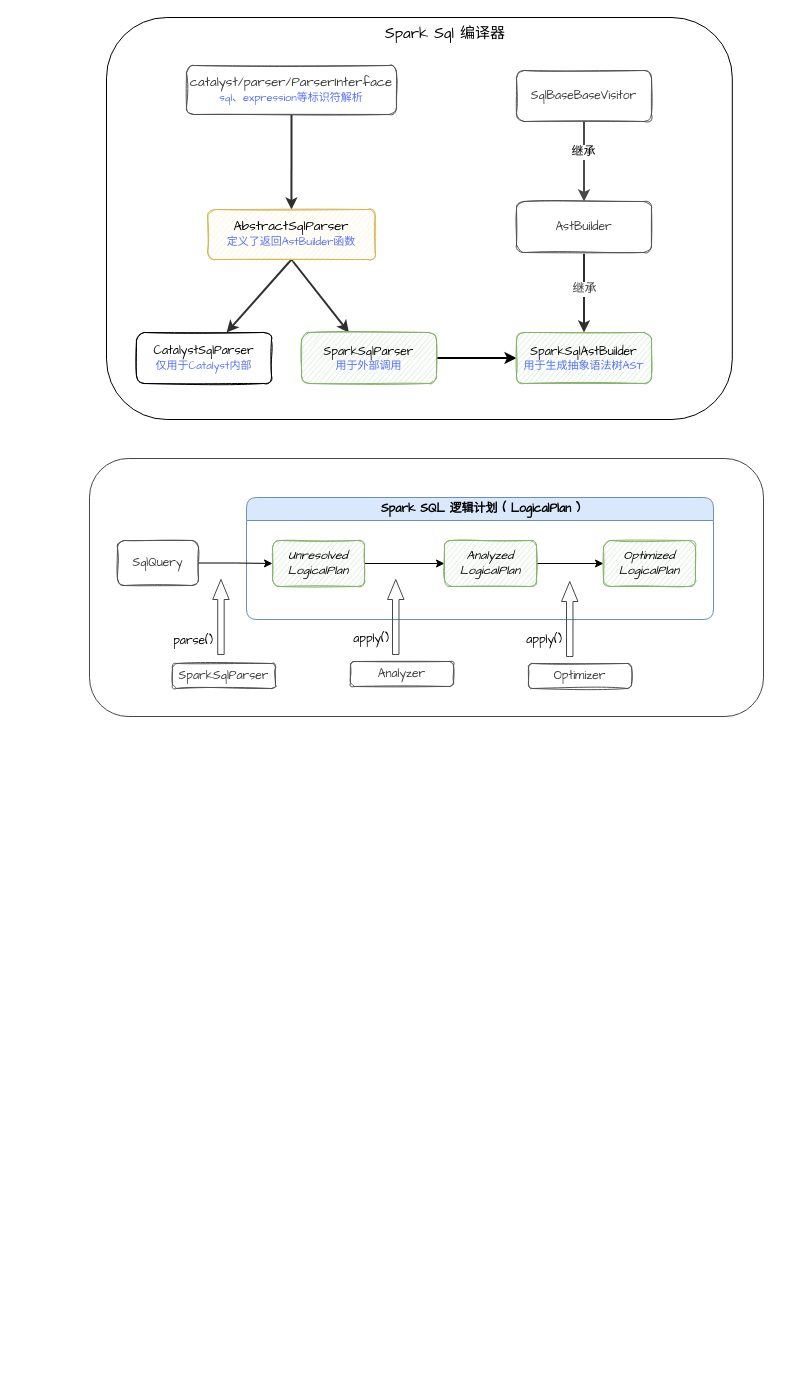
Earlier version of the draw.io diagram sql/spark_plan.drawio (kirito1015/spark_source.sql). Source tidied: cells renumbered, new cells numbered last; positions are measured from the earlier drawing's top-left corner, leaving out a move shared by most shapes. Both pictures are drawn from the tidied source at 100%, with x=0, y=0 at pixel (89, 17).
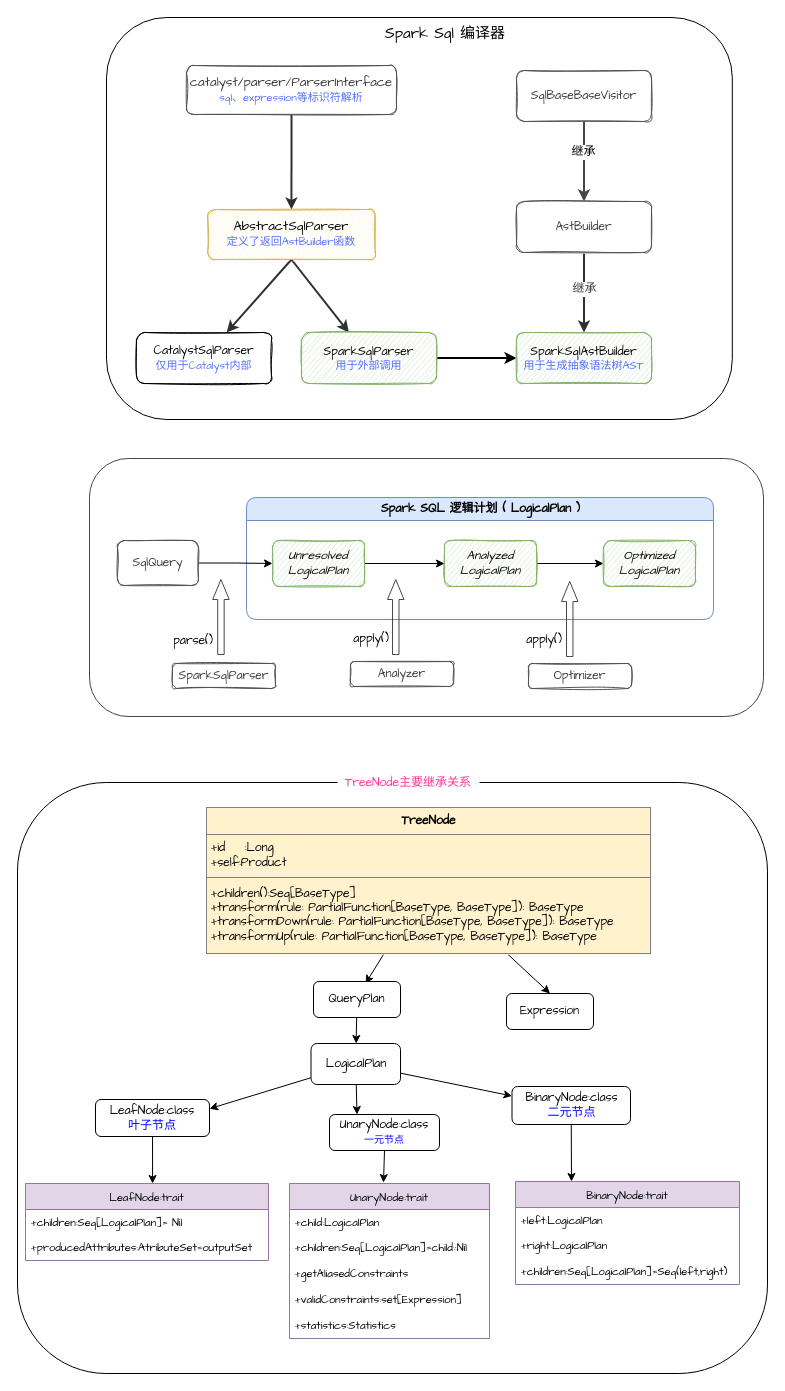
The same diagram, later.

What changed in the source:
```diff
@@
+    <mxCell id="37" style="rounded=1;whiteSpace=wrap;html=1;shadow=0;glass=0;comic=0;sketch=0;fontFamily=Comic Sans MS;fontSize=12;fontColor=#0000FF;gradientColor=none;" parent="1" vertex="1">
+      <mxGeometry x="-72" y="765" width="750" height="591" as="geometry" />
+    </mxCell>
@@
+    <mxCell id="38" style="edgeStyle=none;shape=connector;rounded=0;jettySize=auto;html=1;entryX=0.598;entryY=0.056;entryDx=0;entryDy=0;entryPerimeter=0;labelBackgroundColor=default;fontFamily=Comic Sans MS;fontSize=11;fontColor=default;endArrow=classic;strokeColor=default;" parent="1" edge="1" source="40" target="42">
+      <mxGeometry relative="1" as="geometry" />
+    </mxCell>
+    <mxCell id="39" style="edgeStyle=none;shape=connector;rounded=0;jettySize=auto;html=1;entryX=0.5;entryY=0;entryDx=0;entryDy=0;labelBackgroundColor=default;fontFamily=Comic Sans MS;fontSize=11;fontColor=default;endArrow=classic;strokeColor=default;" parent="1" edge="1" source="40" target="43">
+      <mxGeometry relative="1" as="geometry" />
+    </mxCell>
+    <mxCell id="40" value="&lt;table border=&quot;1&quot; width=&quot;100%&quot; cellpadding=&quot;4&quot; style=&quot;width: 100% ; height: 100% ; border-collapse: collapse&quot;&gt;&lt;tbody&gt;&lt;tr&gt;&lt;th style=&quot;text-align: center&quot;&gt;&lt;b&gt;TreeNode&lt;/b&gt;&lt;/th&gt;&lt;/tr&gt;&lt;tr&gt;&lt;td&gt;+id&amp;nbsp; &amp;nbsp; :Long&lt;br&gt;+self:Product&lt;/td&gt;&lt;/tr&gt;&lt;tr&gt;&lt;td&gt;+children():Seq[BaseType]&lt;br&gt;+transform(rule: PartialFunction[BaseType, BaseType]): BaseType&lt;br&gt;+transformDown(rule: PartialFunction[BaseType, BaseType]): BaseType&lt;br&gt;+transformUp(rule: PartialFunction[BaseType, BaseType]): BaseType&lt;br&gt;&lt;/td&gt;&lt;/tr&gt;&lt;/tbody&gt;&lt;/table&gt;" style="text;html=1;strokeColor=none;fillColor=#fff2cc;overflow=fill;sketch=0;rounded=0;glass=0;shadow=0;fontFamily=Comic Sans MS;align=left;" parent="1" vertex="1">
+      <mxGeometry x="117.2" y="790" width="444.8" height="147" as="geometry" />
+    </mxCell>
+    <mxCell id="41" style="rounded=0;jettySize=auto;html=1;fontFamily=Comic Sans MS;" parent="1" edge="1" source="42" target="47">
+      <mxGeometry relative="1" as="geometry" />
+    </mxCell>
+    <mxCell id="42" value="QueryPlan" style="rounded=1;whiteSpace=wrap;html=1;shadow=0;glass=0;sketch=0;fontFamily=Comic Sans MS;" parent="1" vertex="1">
+      <mxGeometry x="224" y="964" width="87" height="36" as="geometry" />
+    </mxCell>
+    <mxCell id="43" value="Expression" style="rounded=1;whiteSpace=wrap;html=1;shadow=0;glass=0;sketch=0;fontFamily=Comic Sans MS;" parent="1" vertex="1">
+      <mxGeometry x="417" y="976" width="87" height="36" as="geometry" />
+    </mxCell>
+    <mxCell id="44" style="edgeStyle=none;shape=connector;rounded=0;jettySize=auto;html=1;labelBackgroundColor=default;fontFamily=Comic Sans MS;fontSize=11;fontColor=default;endArrow=classic;strokeColor=default;entryX=1;entryY=0.25;entryDx=0;entryDy=0;" parent="1" edge="1" source="47" target="53">
+      <mxGeometry relative="1" as="geometry" />
+    </mxCell>
+    <mxCell id="45" style="edgeStyle=none;shape=connector;rounded=0;jettySize=auto;html=1;entryX=0.25;entryY=0;entryDx=0;entryDy=0;labelBackgroundColor=default;fontFamily=Comic Sans MS;fontSize=11;fontColor=default;endArrow=classic;strokeColor=default;" parent="1" edge="1" source="47" target="49">
+      <mxGeometry relative="1" as="geometry" />
+    </mxCell>
+    <mxCell id="46" style="edgeStyle=none;shape=connector;rounded=0;jettySize=auto;html=1;entryX=0;entryY=0.25;entryDx=0;entryDy=0;labelBackgroundColor=default;fontFamily=Comic Sans MS;fontSize=11;fontColor=default;endArrow=classic;strokeColor=default;" parent="1" edge="1" source="47" target="51">
+      <mxGeometry relative="1" as="geometry" />
+    </mxCell>
+    <mxCell id="47" value="LogicalPlan" style="whiteSpace=wrap;html=1;fontFamily=Comic Sans MS;rounded=1;shadow=0;glass=0;sketch=0;" parent="1" vertex="1">
+      <mxGeometry x="221.5" y="1026" width="89.5" height="41" as="geometry" />
+    </mxCell>
+    <mxCell id="48" style="edgeStyle=none;shape=connector;rounded=0;jettySize=auto;html=1;labelBackgroundColor=default;fontFamily=Comic Sans MS;fontSize=11;fontColor=default;endArrow=classic;strokeColor=default;exitX=0.5;exitY=1;exitDx=0;exitDy=0;entryX=0.47;entryY=-0.006;entryDx=0;entryDy=0;entryPerimeter=0;" parent="1" edge="1" source="49" target="61">
+      <mxGeometry relative="1" as="geometry" />
+    </mxCell>
+    <mxCell id="49" value="&lt;font style=&quot;font-size: 12px&quot;&gt;UnaryNode:clas&lt;/font&gt;s&lt;br&gt;&lt;font style=&quot;font-size: 10px&quot;&gt;&lt;font style=&quot;font-size: 10px&quot; color=&quot;#0000ff&quot;&gt;一&lt;/font&gt;&lt;font style=&quot;font-size: 10px&quot; color=&quot;#0000ff&quot;&gt;元节&lt;/font&gt;&lt;font style=&quot;font-size: 10px&quot; color=&quot;#0000ff&quot;&gt;点&lt;/font&gt;&lt;/font&gt;" style="whiteSpace=wrap;html=1;fontFamily=Comic Sans MS;rounded=1;shadow=0;glass=0;sketch=0;" parent="1" vertex="1">
+      <mxGeometry x="240" y="1097" width="110" height="36" as="geometry" />
+    </mxCell>
+    <mxCell id="50" style="edgeStyle=none;shape=connector;rounded=0;jettySize=auto;html=1;entryX=0.25;entryY=0;entryDx=0;entryDy=0;labelBackgroundColor=default;fontFamily=Comic Sans MS;fontSize=11;fontColor=default;endArrow=classic;strokeColor=default;exitX=0.5;exitY=1;exitDx=0;exitDy=0;" parent="1" edge="1" source="51" target="54">
+      <mxGeometry relative="1" as="geometry" />
+    </mxCell>
+    <mxCell id="51" value="BinaryNode:class&lt;br&gt;&lt;font color=&quot;#0000ff&quot;&gt;二元节点&lt;/font&gt;" style="whiteSpace=wrap;html=1;fontFamily=Comic Sans MS;rounded=1;shadow=0;glass=0;sketch=0;" parent="1" vertex="1">
+      <mxGeometry x="422.5" y="1069" width="118.5" height="38" as="geometry" />
+    </mxCell>
+    <mxCell id="52" style="edgeStyle=none;shape=connector;rounded=0;jettySize=auto;html=1;entryX=0.523;entryY=0;entryDx=0;entryDy=0;labelBackgroundColor=default;fontFamily=Comic Sans MS;fontSize=11;fontColor=default;endArrow=classic;strokeColor=default;entryPerimeter=0;" parent="1" edge="1" source="53" target="58">
+      <mxGeometry relative="1" as="geometry" />
+    </mxCell>
+    <mxCell id="53" value="LeafNode:class&lt;br&gt;&lt;font color=&quot;#0000ff&quot;&gt;叶子节点&lt;/font&gt;" style="whiteSpace=wrap;html=1;fontFamily=Comic Sans MS;rounded=1;shadow=0;glass=0;sketch=0;" parent="1" vertex="1">
+      <mxGeometry x="6" y="1082" width="114" height="37" as="geometry" />
+    </mxCell>
+    <mxCell id="54" value="BinaryNode:trait" style="swimlane;fontStyle=0;horizontal=1;startSize=26;fillColor=#e1d5e7;rounded=0;shadow=0;glass=0;sketch=0;fontFamily=Comic Sans MS;fontSize=11;strokeColor=#9673a6;" parent="1" vertex="1">
+      <mxGeometry x="426" y="1164" width="224" height="103" as="geometry" />
+    </mxCell>
+    <mxCell id="55" value="+left:LogicalPlan" style="text;strokeColor=none;fillColor=none;align=left;verticalAlign=top;spacingLeft=4;spacingRight=4;overflow=hidden;rounded=0;shadow=0;glass=0;sketch=0;fontFamily=Comic Sans MS;fontSize=11;fontColor=default;" parent="54" vertex="1">
+      <mxGeometry y="26" width="224" height="25" as="geometry" />
+    </mxCell>
+    <mxCell id="56" value="+right:LogicalPlan" style="text;strokeColor=none;fillColor=none;align=left;verticalAlign=top;spacingLeft=4;spacingRight=4;overflow=hidden;rounded=0;shadow=0;glass=0;sketch=0;fontFamily=Comic Sans MS;fontSize=11;fontColor=default;" parent="54" vertex="1">
+      <mxGeometry y="51" width="224" height="26" as="geometry" />
+    </mxCell>
+    <mxCell id="57" value="+children:Seq[LogicalPlan]=Seq(left,right)" style="text;strokeColor=none;fillColor=none;align=left;verticalAlign=top;spacingLeft=4;spacingRight=4;overflow=hidden;rounded=0;shadow=0;glass=0;sketch=0;fontFamily=Comic Sans MS;fontSize=11;fontColor=default;" parent="54" vertex="1">
+      <mxGeometry y="77" width="224" height="26" as="geometry" />
+    </mxCell>
+    <mxCell id="58" value="LeafNode:trait" style="swimlane;fontStyle=0;horizontal=1;startSize=26;fillColor=#e1d5e7;rounded=0;shadow=0;glass=0;sketch=0;fontFamily=Comic Sans MS;fontSize=11;strokeColor=#9673a6;" parent="1" vertex="1">
+      <mxGeometry x="-64" y="1166" width="243" height="77" as="geometry" />
+    </mxCell>
+    <mxCell id="59" value="+children:Seq[LogicalPlan]= Nil" style="text;strokeColor=none;fillColor=none;align=left;verticalAlign=top;spacingLeft=4;spacingRight=4;overflow=hidden;rounded=0;shadow=0;glass=0;sketch=0;fontFamily=Comic Sans MS;fontSize=11;fontColor=default;" parent="58" vertex="1">
+      <mxGeometry y="26" width="243" height="25" as="geometry" />
+    </mxCell>
+    <mxCell id="60" value="+producedAttributes:AtributeSet=outputSet" style="text;strokeColor=none;fillColor=none;align=left;verticalAlign=top;spacingLeft=4;spacingRight=4;overflow=hidden;rounded=0;shadow=0;glass=0;sketch=0;fontFamily=Comic Sans MS;fontSize=11;fontColor=default;" parent="58" vertex="1">
+      <mxGeometry y="51" width="243" height="26" as="geometry" />
+    </mxCell>
+    <mxCell id="61" value="UnaryNode:trait" style="swimlane;fontStyle=0;horizontal=1;startSize=26;fillColor=#e1d5e7;rounded=0;shadow=0;glass=0;sketch=0;fontFamily=Comic Sans MS;fontSize=11;strokeColor=#9673a6;swimlaneLine=1;noLabel=0;portConstraint=none;backgroundOutline=0;" parent="1" vertex="1">
+      <mxGeometry x="200" y="1166" width="200" height="155" as="geometry" />
+    </mxCell>
+    <mxCell id="62" value="+child:LogicalPlan" style="text;strokeColor=none;fillColor=none;align=left;verticalAlign=top;spacingLeft=4;spacingRight=4;overflow=hidden;rounded=0;shadow=0;glass=0;sketch=0;fontFamily=Comic Sans MS;fontSize=11;fontColor=default;" parent="61" vertex="1">
+      <mxGeometry y="26" width="200" height="25" as="geometry" />
+    </mxCell>
+    <mxCell id="63" value="+children:Seq[LogicalPlan]=child::Nil" style="text;strokeColor=none;fillColor=none;align=left;verticalAlign=top;spacingLeft=4;spacingRight=4;overflow=hidden;rounded=0;shadow=0;glass=0;sketch=0;fontFamily=Comic Sans MS;fontSize=11;fontColor=default;" parent="61" vertex="1">
+      <mxGeometry y="51" width="200" height="26" as="geometry" />
+    </mxCell>
+    <mxCell id="64" value="+getAliasedConstraints" style="text;strokeColor=none;fillColor=none;align=left;verticalAlign=top;spacingLeft=4;spacingRight=4;overflow=hidden;rounded=0;shadow=0;glass=0;sketch=0;fontFamily=Comic Sans MS;fontSize=11;fontColor=default;" parent="61" vertex="1">
+      <mxGeometry y="77" width="200" height="26" as="geometry" />
+    </mxCell>
+    <mxCell id="65" value="+validConstraints:set[Expression]" style="text;strokeColor=none;fillColor=none;align=left;verticalAlign=top;spacingLeft=4;spacingRight=4;overflow=hidden;rounded=0;shadow=0;glass=0;sketch=0;fontFamily=Comic Sans MS;fontSize=11;fontColor=default;" parent="61" vertex="1">
+      <mxGeometry y="103" width="200" height="26" as="geometry" />
+    </mxCell>
+    <mxCell id="66" value="+statistics:Statistics" style="text;strokeColor=none;fillColor=none;align=left;verticalAlign=top;spacingLeft=4;spacingRight=4;overflow=hidden;rounded=0;shadow=0;glass=0;sketch=0;fontFamily=Comic Sans MS;fontSize=11;fontColor=default;" parent="61" vertex="1">
+      <mxGeometry y="129" width="200" height="26" as="geometry" />
+    </mxCell>
+    <mxCell id="67" value="TreeNode主要继承关系" style="text;html=1;align=center;verticalAlign=middle;whiteSpace=wrap;rounded=0;shadow=0;glass=0;comic=0;sketch=0;fontFamily=Comic Sans MS;fontSize=12;fillColor=default;fontColor=#FF3399;strokeColor=none;gradientColor=none;" parent="1" vertex="1">
+      <mxGeometry x="248" y="751" width="142" height="30" as="geometry" />
+    </mxCell>
```
